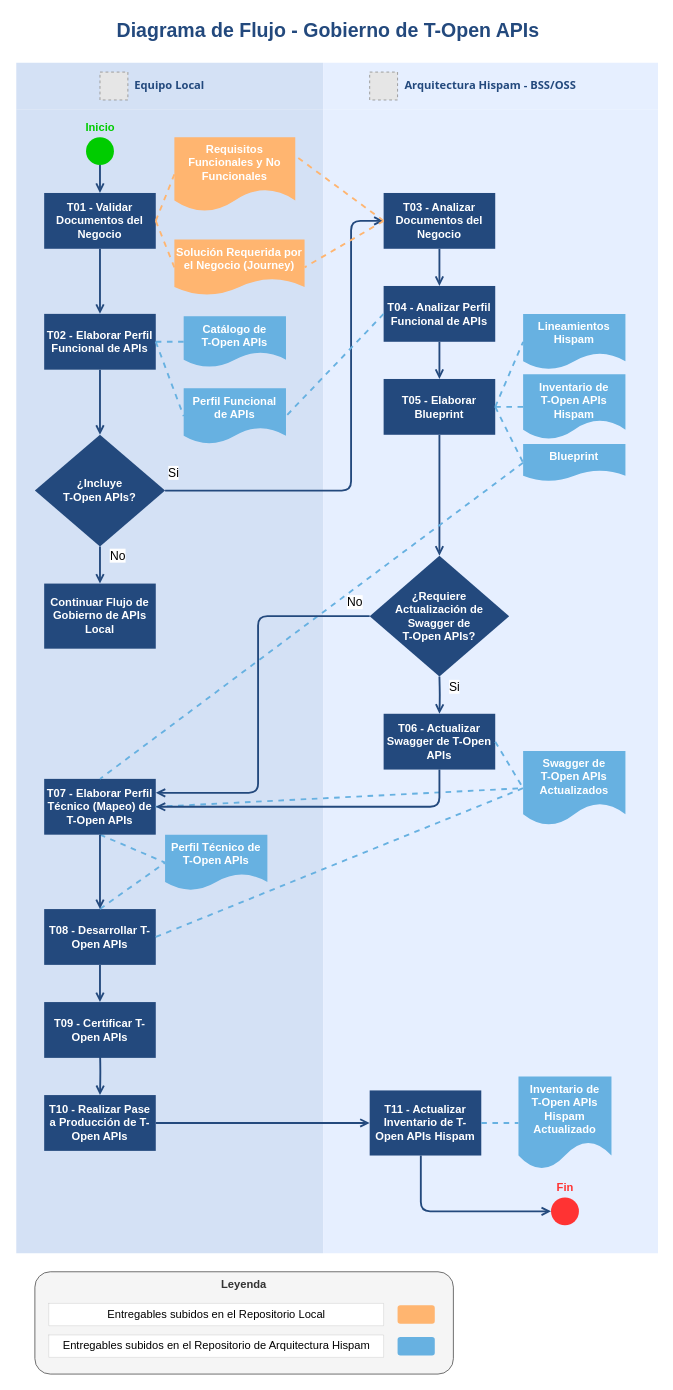
mnunezw/Gobierno-de-APIs keeps this draw.io diagram as page "Diagrama de Flujo" (1 of 2) of Gobierno de T-Open APIs v1.0.drawio. Above is the earlier version. Source tidied: cells renumbered, new cells numbered last; positions are measured from the earlier drawing's top-left corner, leaving out a move shared by most shapes. Both pictures are drawn from the tidied source at 93%, with x=0, y=0 at pixel (16, 16). Pictures stored in the file or linked from it are replaced by grey dashed boxes.
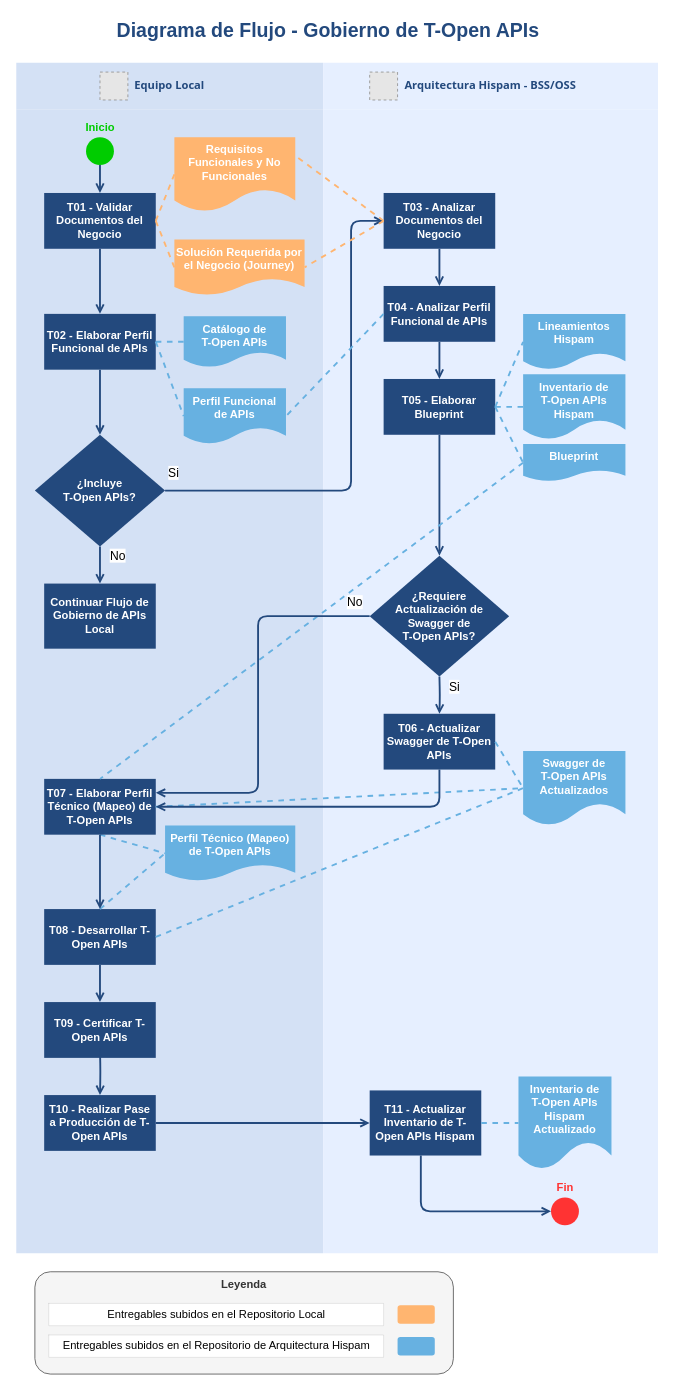
The same diagram, later.

The change refers to these unchanged cells:
```xml
<mxCell id="2" value="&lt;font color=&quot;#23497d&quot;&gt;Equipo Local&lt;/font&gt;" style="swimlane;whiteSpace=wrap;fillColor=#D4E1F5;swimlaneFillColor=#D4E1F5;fontColor=#660000;fontFamily=Tahoma;html=1;strokeColor=none;startSize=50;" parent="1" vertex="1">
  <mxGeometry y="50" width="330" height="1280" as="geometry" />
</mxCell>
```

What changed in the source:
```diff
@@
-    <mxCell id="17" value="Perfil Técnico de T-Open APIs" style="shape=document;whiteSpace=wrap;verticalAlign=top;strokeColor=none;fillColor=#67B1E1;shadow=0;fontColor=#FFFFFF;fontFamily=Helvetica;fontStyle=1;html=1;fontSize=12;" parent="2" vertex="1">
-      <mxGeometry x="160" y="830" width="110" height="60" as="geometry" />
+    <mxCell id="17" value="Perfil Técnico (Mapeo) de T-Open APIs" style="shape=document;whiteSpace=wrap;verticalAlign=top;strokeColor=none;fillColor=#67B1E1;shadow=0;fontColor=#FFFFFF;fontFamily=Helvetica;fontStyle=1;html=1;fontSize=12;" parent="2" vertex="1">
+      <mxGeometry x="160" y="820" width="140" height="60" as="geometry" />
     </mxCell>
```
